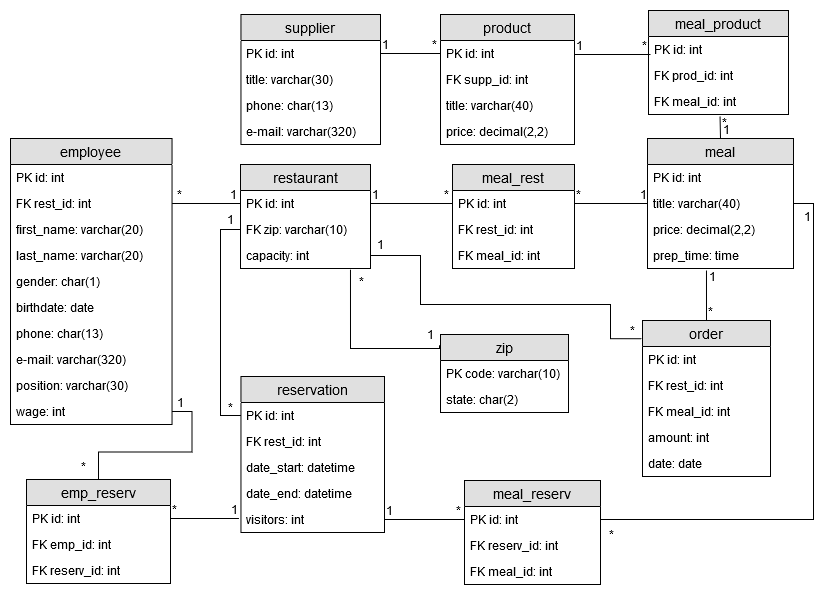
This is img/Physical Diagram.png from olesiamelnychyn/Project-DBS, a draw.io export, as it was before one commit. Source tidied: cells renumbered, new cells last; positions are measured from the earlier drawing's top-left corner, leaving out a move shared by most shapes.
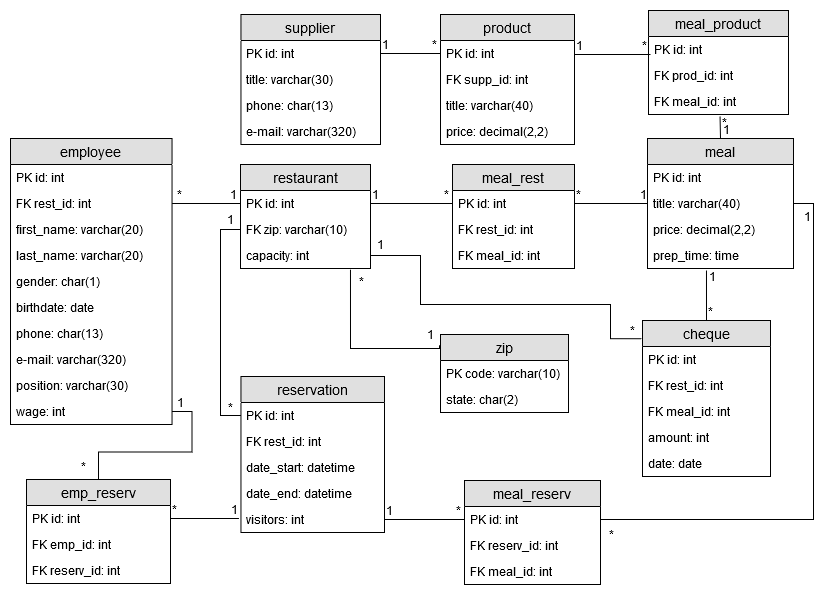
After the change.

Commit message:
fixed physical diagram

What changed in the source:
```diff
@@ -324,7 +324,7 @@
     <mxCell id="94" value="FK meal_id: int" style="text;strokeColor=none;fillColor=none;spacingLeft=4;spacingRight=4;overflow=hidden;fontSize=12;" parent="91" vertex="1">
       <mxGeometry y="78" width="136" height="26" as="geometry" />
     </mxCell>
-    <mxCell id="95" value="order" style="swimlane;fontStyle=0;horizontal=1;startSize=26;fillColor=#e0e0e0;swimlaneFillColor=#ffffff;align=center;fontSize=14;" parent="1" vertex="1">
+    <mxCell id="95" value="cheque" style="swimlane;fontStyle=0;horizontal=1;startSize=26;fillColor=#e0e0e0;swimlaneFillColor=#ffffff;align=center;fontSize=14;" parent="1" vertex="1">
       <mxGeometry x="632" y="310" width="128" height="156" as="geometry" />
     </mxCell>
     <mxCell id="96" value="PK id: int" style="text;strokeColor=none;fillColor=none;spacingLeft=4;spacingRight=4;overflow=hidden;points=[[0,0.5],[1,0.5]];portConstraint=eastwest;fontSize=12;" parent="95" vertex="1">
```
